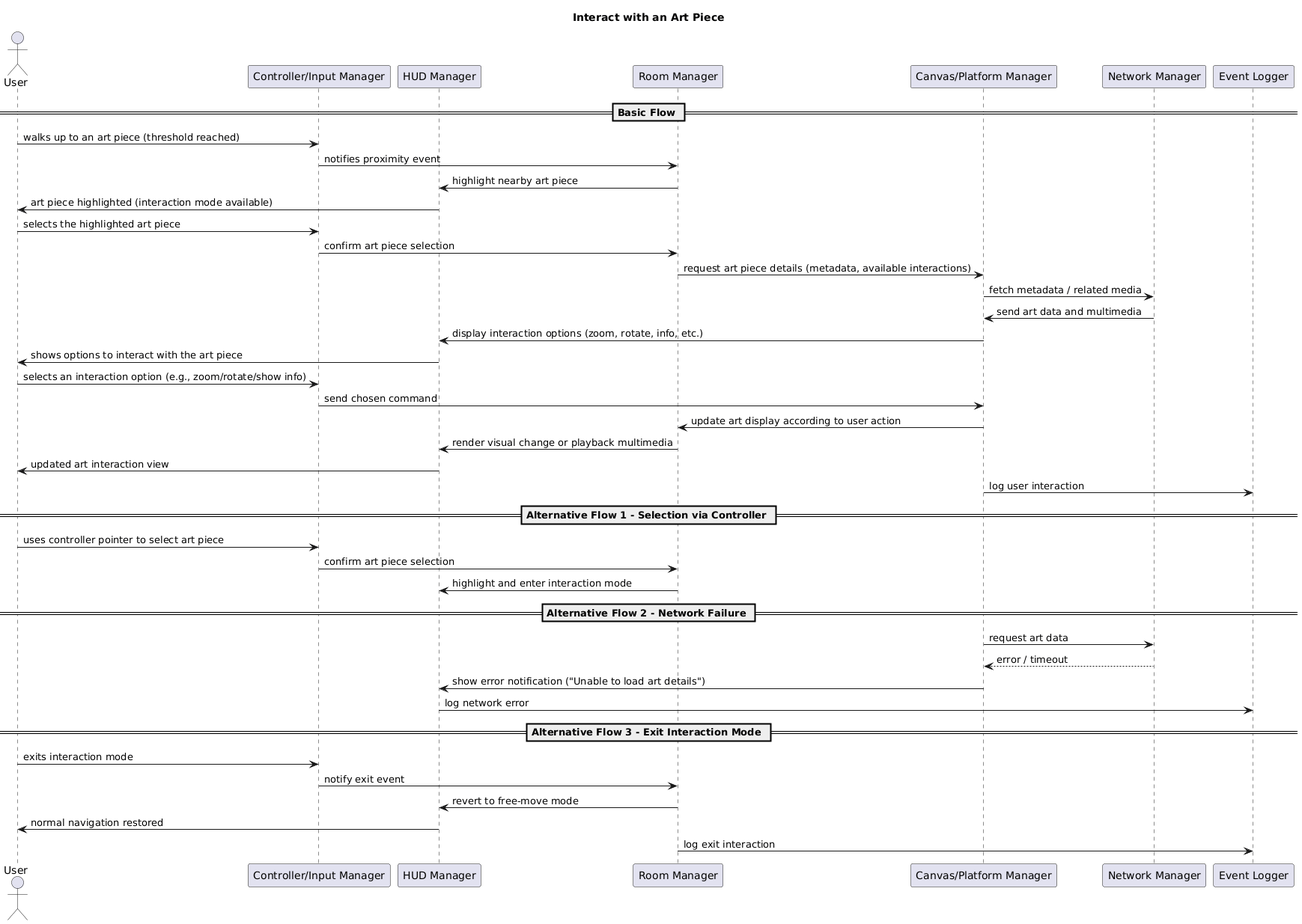
This is uml/sequence diagrams/interact_with_an_art_piece/image.png from batunii/Project_X, a PlantUML export, as it was before one commit. Its diagram source:
```plantuml
@startuml
actor User
participant "Controller/Input Manager" as Input
participant "HUD Manager" as HUD
participant "Room Manager" as Room
participant "Canvas/Platform Manager" as Canvas
participant "Network Manager" as Network
participant "Event Logger" as Logger

title Interact with an Art Piece

== Basic Flow ==

User -> Input: walks up to an art piece (threshold reached)
Input -> Room: notifies proximity event
Room -> HUD: highlight nearby art piece
HUD -> User: art piece highlighted (interaction mode available)

User -> Input: selects the highlighted art piece
Input -> Room: confirm art piece selection
Room -> Canvas: request art piece details (metadata, available interactions)
Canvas -> Network: fetch metadata / related media
Network -> Canvas: send art data and multimedia
Canvas -> HUD: display interaction options (zoom, rotate, info, etc.)
HUD -> User: shows options to interact with the art piece

User -> Input: selects an interaction option (e.g., zoom/rotate/show info)
Input -> Canvas: send chosen command
Canvas -> Room: update art display according to user action
Room -> HUD: render visual change or playback multimedia
HUD -> User: updated art interaction view
Canvas -> Logger: log user interaction

== Alternative Flow 1 - Selection via Controller ==

User -> Input: uses controller pointer to select art piece
Input -> Room: confirm art piece selection
Room -> HUD: highlight and enter interaction mode

== Alternative Flow 2 - Network Failure ==

Canvas -> Network: request art data
Network --> Canvas: error / timeout
Canvas -> HUD: show error notification ("Unable to load art details")
HUD -> Logger: log network error

== Alternative Flow 3 - Exit Interaction Mode ==
User -> Input: exits interaction mode
Input -> Room: notify exit event
Room -> HUD: revert to free-move mode
HUD -> User: normal navigation restored
Room -> Logger: log exit interaction
@enduml
```
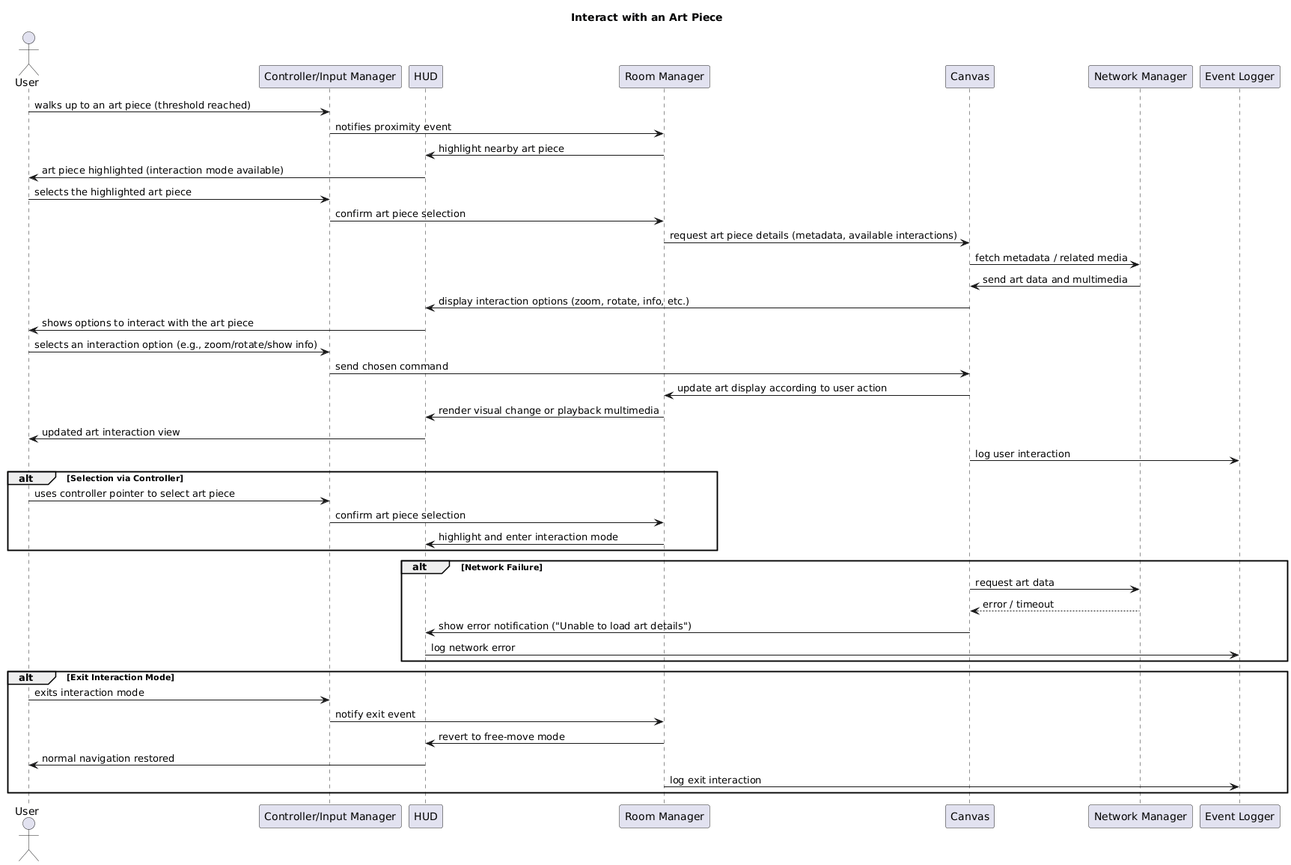
After the commit.

Commit message:
added suggested changes to interact with an art piece use case sequence diagram

The edit, as a diff of the source:
```diff
@@ -1,15 +1,13 @@
 @startuml
 actor User
 participant "Controller/Input Manager" as Input
-participant "HUD Manager" as HUD
+participant "HUD" as HUD
 participant "Room Manager" as Room
-participant "Canvas/Platform Manager" as Canvas
+participant "Canvas" as Canvas
 participant "Network Manager" as Network
 participant "Event Logger" as Logger
 
 title Interact with an Art Piece
-
-== Basic Flow ==
 
 User -> Input: walks up to an art piece (threshold reached)
 Input -> Room: notifies proximity event
@@ -31,23 +29,24 @@
 HUD -> User: updated art interaction view
 Canvas -> Logger: log user interaction
 
-== Alternative Flow 1 - Selection via Controller ==
+alt Selection via Controller
+    User -> Input: uses controller pointer to select art piece
+    Input -> Room: confirm art piece selection
+    Room -> HUD: highlight and enter interaction mode
+end
 
-User -> Input: uses controller pointer to select art piece
-Input -> Room: confirm art piece selection
-Room -> HUD: highlight and enter interaction mode
+alt Network Failure
+    Canvas -> Network: request art data
+    Network --> Canvas: error / timeout
+    Canvas -> HUD: show error notification ("Unable to load art details")
+    HUD -> Logger: log network error
+end
 
-== Alternative Flow 2 - Network Failure ==
-
-Canvas -> Network: request art data
-Network --> Canvas: error / timeout
-Canvas -> HUD: show error notification ("Unable to load art details")
-HUD -> Logger: log network error
-
-== Alternative Flow 3 - Exit Interaction Mode ==
-User -> Input: exits interaction mode
-Input -> Room: notify exit event
-Room -> HUD: revert to free-move mode
-HUD -> User: normal navigation restored
-Room -> Logger: log exit interaction
+alt Exit Interaction Mode
+    User -> Input: exits interaction mode
+    Input -> Room: notify exit event
+    Room -> HUD: revert to free-move mode
+    HUD -> User: normal navigation restored
+    Room -> Logger: log exit interaction
+end
 @enduml
```
